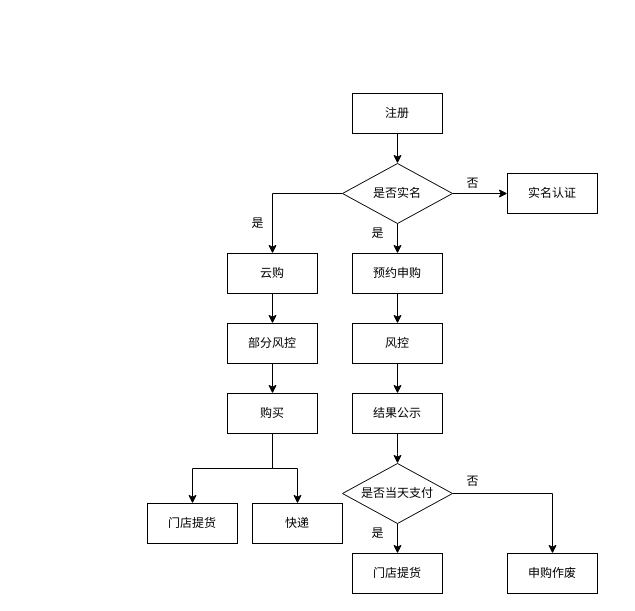
Above: mt业务流程.drawio in mineminemine123/work-wiki (draw.io), before the change. Source tidied: cells renumbered, new cells numbered last; positions are measured from the earlier drawing's top-left corner, leaving out a move shared by most shapes. Both pictures are drawn from the tidied source at 100%, with x=0, y=0 at pixel (147, 93).
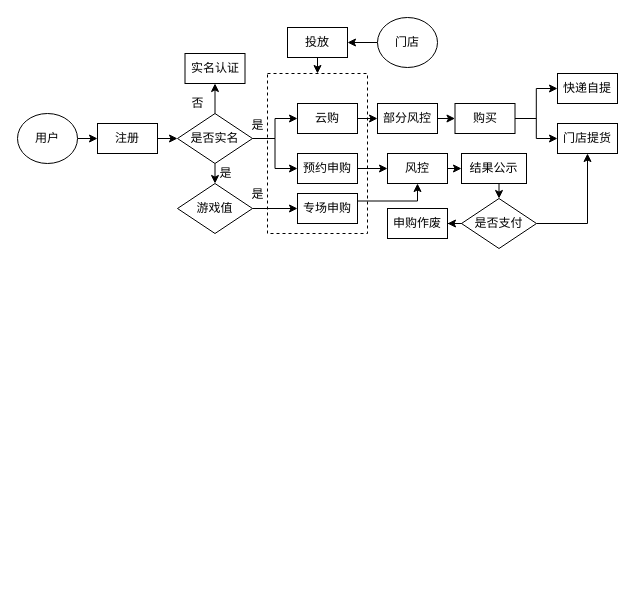
Above is the later version.

Commit message:
更新mt业务流程.drawio

Diff of the diagram source:
```diff
@@
-    <mxCell id="2" style="edgeStyle=orthogonalEdgeStyle;rounded=0;orthogonalLoop=1;jettySize=auto;html=1;" parent="1" edge="1">
-      <mxGeometry relative="1" as="geometry">
-        <mxPoint x="250" y="40" as="sourcePoint" />
-        <mxPoint x="250" y="70" as="targetPoint" />
-      </mxGeometry>
-    </mxCell>
-    <mxCell id="3" style="edgeStyle=orthogonalEdgeStyle;rounded=0;orthogonalLoop=1;jettySize=auto;html=1;" parent="1" edge="1">
-      <mxGeometry relative="1" as="geometry">
-        <mxPoint x="250" y="130" as="sourcePoint" />
-        <mxPoint x="250" y="160" as="targetPoint" />
-      </mxGeometry>
-    </mxCell>
+    <mxCell id="34" style="rounded=0;whiteSpace=wrap;html=1;dashed=1;" parent="1" vertex="1">
+      <mxGeometry x="120" y="-20" width="100" height="160" as="geometry" />
+    </mxCell>
+    <mxCell id="35" style="edgeStyle=orthogonalEdgeStyle;rounded=0;jettySize=auto;html=1;exitX=1;exitY=0.5;exitDx=0;exitDy=0;entryX=0;entryY=0.5;entryDx=0;entryDy=0;" parent="1" edge="1" source="4" target="17">
+      <mxGeometry relative="1" as="geometry" />
+    </mxCell>
     <mxCell id="4" value="注册" style="rounded=0;whiteSpace=wrap;html=1;" parent="1" vertex="1">
-      <mxGeometry x="205" width="90" height="40" as="geometry" />
+      <mxGeometry x="-50" y="30" width="60" height="30" as="geometry" />
     </mxCell>
-    <mxCell id="5" value="实名认证" style="rounded=0;whiteSpace=wrap;html=1;" parent="1" vertex="1">
-      <mxGeometry x="360" y="80" width="90" height="40" as="geometry" />
-    </mxCell>
+    <mxCell id="15" style="edgeStyle=orthogonalEdgeStyle;rounded=0;jettySize=auto;html=1;exitX=0.5;exitY=0;exitDx=0;exitDy=0;entryX=0.5;entryY=1;entryDx=0;entryDy=0;" parent="1" edge="1" source="17" target="5">
+      <mxGeometry relative="1" as="geometry" />
+    </mxCell>
+    <mxCell id="36" style="edgeStyle=orthogonalEdgeStyle;rounded=0;jettySize=auto;html=1;exitX=1;exitY=0.5;exitDx=0;exitDy=0;entryX=0;entryY=0.5;entryDx=0;entryDy=0;" parent="1" edge="1" source="17" target="7">
+      <mxGeometry relative="1" as="geometry" />
+    </mxCell>
+    <mxCell id="16" style="edgeStyle=orthogonalEdgeStyle;rounded=0;jettySize=auto;html=1;entryX=0;entryY=0.5;entryDx=0;entryDy=0;" parent="1" edge="1" source="17" target="25">
+      <mxGeometry relative="1" as="geometry" />
+    </mxCell>
+    <mxCell id="37" style="edgeStyle=orthogonalEdgeStyle;rounded=0;jettySize=auto;html=1;exitX=0.5;exitY=1;exitDx=0;exitDy=0;entryX=0.5;entryY=0;entryDx=0;entryDy=0;" parent="1" edge="1" source="17" target="51">
+      <mxGeometry relative="1" as="geometry" />
+    </mxCell>
+    <mxCell id="17" value="是否实名" style="rhombus;whiteSpace=wrap;html=1;" parent="1" vertex="1">
+      <mxGeometry x="30" y="20" width="75" height="50" as="geometry" />
+    </mxCell>
+    <mxCell id="21" value="否" style="text;html=1;align=center;verticalAlign=middle;" parent="1" vertex="1">
+      <mxGeometry x="30" width="40" height="20" as="geometry" />
+    </mxCell>
+    <mxCell id="26" value="是" style="text;html=1;align=center;verticalAlign=middle;" parent="1" vertex="1">
+      <mxGeometry x="90" y="22" width="40" height="20" as="geometry" />
+    </mxCell>
-    <mxCell id="6" style="edgeStyle=orthogonalEdgeStyle;rounded=0;jettySize=auto;html=1;" parent="1" edge="1" source="7" target="9">
+    <mxCell id="6" style="edgeStyle=orthogonalEdgeStyle;rounded=0;jettySize=auto;html=1;exitX=1;exitY=0.5;exitDx=0;exitDy=0;entryX=0;entryY=0.5;entryDx=0;entryDy=0;" parent="1" edge="1" source="7" target="9">
       <mxGeometry relative="1" as="geometry" />
     </mxCell>
     <mxCell id="7" value="预约申购" style="rounded=0;whiteSpace=wrap;html=1;" parent="1" vertex="1">
-      <mxGeometry x="205" y="160" width="90" height="40" as="geometry" />
+      <mxGeometry x="150" y="60" width="60" height="30" as="geometry" />
     </mxCell>
+    <mxCell id="24" style="edgeStyle=orthogonalEdgeStyle;rounded=0;jettySize=auto;html=1;exitX=1;exitY=0.5;exitDx=0;exitDy=0;entryX=0;entryY=0.5;entryDx=0;entryDy=0;" parent="1" edge="1" source="25" target="28">
+      <mxGeometry relative="1" as="geometry" />
+    </mxCell>
+    <mxCell id="25" value="云购" style="rounded=0;whiteSpace=wrap;html=1;" parent="1" vertex="1">
+      <mxGeometry x="150" y="10" width="60" height="30" as="geometry" />
+    </mxCell>
-    <mxCell id="8" style="edgeStyle=orthogonalEdgeStyle;rounded=0;jettySize=auto;html=1;" parent="1" edge="1" source="9" target="11">
+    <mxCell id="8" style="edgeStyle=orthogonalEdgeStyle;rounded=0;jettySize=auto;html=1;exitX=1;exitY=0.5;exitDx=0;exitDy=0;entryX=0;entryY=0.5;entryDx=0;entryDy=0;" parent="1" edge="1" source="9" target="11">
       <mxGeometry relative="1" as="geometry" />
     </mxCell>
     <mxCell id="9" value="风控" style="rounded=0;whiteSpace=wrap;html=1;" parent="1" vertex="1">
-      <mxGeometry x="205" y="230" width="90" height="40" as="geometry" />
+      <mxGeometry x="240" y="60" width="60" height="30" as="geometry" />
     </mxCell>
-    <mxCell id="10" style="edgeStyle=orthogonalEdgeStyle;rounded=0;jettySize=auto;html=1;" parent="1" edge="1" source="11">
-      <mxGeometry relative="1" as="geometry">
-        <mxPoint x="250" y="370" as="targetPoint" />
-      </mxGeometry>
-    </mxCell>
+    <mxCell id="38" style="edgeStyle=orthogonalEdgeStyle;rounded=0;jettySize=auto;html=1;exitX=0.5;exitY=1;exitDx=0;exitDy=0;entryX=0.5;entryY=0;entryDx=0;entryDy=0;" parent="1" edge="1" source="11" target="45">
+      <mxGeometry relative="1" as="geometry" />
+    </mxCell>
     <mxCell id="11" value="结果公示" style="rounded=0;whiteSpace=wrap;html=1;" parent="1" vertex="1">
-      <mxGeometry x="205" y="300" width="90" height="40" as="geometry" />
+      <mxGeometry x="314" y="60" width="65" height="30" as="geometry" />
     </mxCell>
-    <mxCell id="12" style="edgeStyle=orthogonalEdgeStyle;rounded=0;jettySize=auto;html=1;exitX=0.5;exitY=1;exitDx=0;exitDy=0;entryX=0.5;entryY=0;entryDx=0;entryDy=0;" parent="1" edge="1" source="14" target="18">
-      <mxGeometry relative="1" as="geometry" />
-    </mxCell>
-    <mxCell id="13" style="edgeStyle=orthogonalEdgeStyle;rounded=0;jettySize=auto;html=1;exitX=1;exitY=0.5;exitDx=0;exitDy=0;" parent="1" edge="1" source="14" target="19">
-      <mxGeometry relative="1" as="geometry" />
-    </mxCell>
-    <mxCell id="14" value="是否当天支付" style="rhombus;whiteSpace=wrap;html=1;" parent="1" vertex="1">
-      <mxGeometry x="195" y="370" width="110" height="60" as="geometry" />
-    </mxCell>
-    <mxCell id="15" style="edgeStyle=orthogonalEdgeStyle;rounded=0;jettySize=auto;html=1;exitX=1;exitY=0.5;exitDx=0;exitDy=0;entryX=0;entryY=0.5;entryDx=0;entryDy=0;" parent="1" edge="1" source="17" target="5">
-      <mxGeometry relative="1" as="geometry" />
-    </mxCell>
-    <mxCell id="16" style="edgeStyle=orthogonalEdgeStyle;rounded=0;jettySize=auto;html=1;entryX=0.5;entryY=0;entryDx=0;entryDy=0;" parent="1" edge="1" source="17" target="25">
-      <mxGeometry relative="1" as="geometry" />
-    </mxCell>
-    <mxCell id="17" value="是否实名" style="rhombus;whiteSpace=wrap;html=1;" parent="1" vertex="1">
-      <mxGeometry x="195" y="70" width="110" height="60" as="geometry" />
-    </mxCell>
-    <mxCell id="18" value="门店提货" style="rounded=0;whiteSpace=wrap;html=1;" parent="1" vertex="1">
-      <mxGeometry x="205" y="460" width="90" height="40" as="geometry" />
-    </mxCell>
-    <mxCell id="19" value="申购作废" style="rounded=0;whiteSpace=wrap;html=1;" parent="1" vertex="1">
-      <mxGeometry x="360" y="460" width="90" height="40" as="geometry" />
-    </mxCell>
-    <mxCell id="20" value="是" style="text;html=1;align=center;verticalAlign=middle;" parent="1" vertex="1">
-      <mxGeometry x="210" y="130" width="40" height="20" as="geometry" />
-    </mxCell>
-    <mxCell id="21" value="否" style="text;html=1;align=center;verticalAlign=middle;" parent="1" vertex="1">
-      <mxGeometry x="305" y="80" width="40" height="20" as="geometry" />
-    </mxCell>
-    <mxCell id="22" value="否" style="text;html=1;align=center;verticalAlign=middle;" parent="1" vertex="1">
-      <mxGeometry x="305" y="378" width="40" height="20" as="geometry" />
-    </mxCell>
-    <mxCell id="23" value="是" style="text;html=1;align=center;verticalAlign=middle;" parent="1" vertex="1">
-      <mxGeometry x="210" y="430" width="40" height="20" as="geometry" />
-    </mxCell>
-    <mxCell id="24" style="edgeStyle=orthogonalEdgeStyle;rounded=0;jettySize=auto;html=1;exitX=0.5;exitY=1;exitDx=0;exitDy=0;" parent="1" edge="1" source="25" target="28">
-      <mxGeometry relative="1" as="geometry" />
-    </mxCell>
-    <mxCell id="25" value="云购" style="rounded=0;whiteSpace=wrap;html=1;" parent="1" vertex="1">
-      <mxGeometry x="80" y="160" width="90" height="40" as="geometry" />
-    </mxCell>
-    <mxCell id="26" value="是" style="text;html=1;align=center;verticalAlign=middle;" parent="1" vertex="1">
-      <mxGeometry x="90" y="120" width="40" height="20" as="geometry" />
-    </mxCell>
+    <mxCell id="5" value="实名认证" style="rounded=0;whiteSpace=wrap;html=1;" parent="1" vertex="1">
+      <mxGeometry x="37.5" y="-40" width="60" height="30" as="geometry" />
+    </mxCell>
-    <mxCell id="27" style="edgeStyle=orthogonalEdgeStyle;rounded=0;jettySize=auto;html=1;exitX=0.5;exitY=1;exitDx=0;exitDy=0;" parent="1" edge="1" source="28" target="31">
+    <mxCell id="27" style="edgeStyle=orthogonalEdgeStyle;rounded=0;jettySize=auto;html=1;exitX=1;exitY=0.5;exitDx=0;exitDy=0;entryX=0;entryY=0.5;entryDx=0;entryDy=0;" parent="1" edge="1" source="28" target="31">
       <mxGeometry relative="1" as="geometry" />
     </mxCell>
     <mxCell id="28" value="部分风控" style="rounded=0;whiteSpace=wrap;html=1;" parent="1" vertex="1">
-      <mxGeometry x="80" y="230" width="90" height="40" as="geometry" />
+      <mxGeometry x="230" y="10" width="60" height="30" as="geometry" />
     </mxCell>
-    <mxCell id="29" style="edgeStyle=orthogonalEdgeStyle;rounded=0;jettySize=auto;html=1;exitX=0.5;exitY=1;exitDx=0;exitDy=0;" parent="1" edge="1" source="31" target="32">
-      <mxGeometry relative="1" as="geometry" />
-    </mxCell>
-    <mxCell id="30" style="edgeStyle=orthogonalEdgeStyle;rounded=0;jettySize=auto;html=1;exitX=0.5;exitY=1;exitDx=0;exitDy=0;entryX=0.5;entryY=0;entryDx=0;entryDy=0;" parent="1" edge="1" source="31" target="33">
-      <mxGeometry relative="1" as="geometry" />
-    </mxCell>
+    <mxCell id="39" style="edgeStyle=orthogonalEdgeStyle;rounded=0;jettySize=auto;html=1;exitX=1;exitY=0.5;exitDx=0;exitDy=0;entryX=0;entryY=0.5;entryDx=0;entryDy=0;" parent="1" edge="1" source="31" target="41">
+      <mxGeometry relative="1" as="geometry" />
+    </mxCell>
+    <mxCell id="40" style="edgeStyle=orthogonalEdgeStyle;rounded=0;jettySize=auto;html=1;exitX=1;exitY=0.5;exitDx=0;exitDy=0;entryX=0;entryY=0.5;entryDx=0;entryDy=0;" parent="1" edge="1" source="31" target="42">
+      <mxGeometry relative="1" as="geometry" />
+    </mxCell>
     <mxCell id="31" value="购买" style="rounded=0;whiteSpace=wrap;html=1;" parent="1" vertex="1">
-      <mxGeometry x="80" y="300" width="90" height="40" as="geometry" />
+      <mxGeometry x="307.5" y="10" width="60" height="30" as="geometry" />
     </mxCell>
-    <mxCell id="32" value="门店提货" style="rounded=0;whiteSpace=wrap;html=1;" parent="1" vertex="1">
-      <mxGeometry y="410" width="90" height="40" as="geometry" />
-    </mxCell>
-    <mxCell id="33" value="快递" style="rounded=0;whiteSpace=wrap;html=1;" parent="1" vertex="1">
-      <mxGeometry x="105" y="410" width="90" height="40" as="geometry" />
-    </mxCell>
+    <mxCell id="41" value="快递自提" style="rounded=0;whiteSpace=wrap;html=1;" parent="1" vertex="1">
+      <mxGeometry x="410" y="-20" width="60" height="30" as="geometry" />
+    </mxCell>
+    <mxCell id="42" value="门店提货" style="rounded=0;whiteSpace=wrap;html=1;" parent="1" vertex="1">
+      <mxGeometry x="410" y="30" width="60" height="30" as="geometry" />
+    </mxCell>
+    <mxCell id="43" style="edgeStyle=orthogonalEdgeStyle;rounded=0;jettySize=auto;html=1;entryX=0.5;entryY=1;entryDx=0;entryDy=0;" parent="1" edge="1" source="45" target="42">
+      <mxGeometry relative="1" as="geometry" />
+    </mxCell>
+    <mxCell id="44" style="edgeStyle=orthogonalEdgeStyle;rounded=0;jettySize=auto;html=1;exitX=0;exitY=0.5;exitDx=0;exitDy=0;" parent="1" edge="1" source="45" target="19">
+      <mxGeometry relative="1" as="geometry" />
+    </mxCell>
+    <mxCell id="45" value="是否支付" style="rhombus;whiteSpace=wrap;html=1;" parent="1" vertex="1">
+      <mxGeometry x="314" y="105" width="75" height="50" as="geometry" />
+    </mxCell>
+    <mxCell id="19" value="申购作废" style="rounded=0;whiteSpace=wrap;html=1;" parent="1" vertex="1">
+      <mxGeometry x="240" y="115" width="60" height="30" as="geometry" />
+    </mxCell>
+    <mxCell id="46" style="edgeStyle=orthogonalEdgeStyle;rounded=0;jettySize=auto;html=1;exitX=1;exitY=0.25;exitDx=0;exitDy=0;entryX=0.5;entryY=1;entryDx=0;entryDy=0;" parent="1" edge="1" source="47" target="9">
+      <mxGeometry relative="1" as="geometry">
+        <Array as="points">
+          <mxPoint x="270" y="108" />
+        </Array>
+      </mxGeometry>
+    </mxCell>
+    <mxCell id="47" value="专场申购" style="rounded=0;whiteSpace=wrap;html=1;" parent="1" vertex="1">
+      <mxGeometry x="150" y="100" width="60" height="30" as="geometry" />
+    </mxCell>
+    <mxCell id="48" style="edgeStyle=orthogonalEdgeStyle;rounded=0;jettySize=auto;html=1;exitX=1;exitY=0.5;exitDx=0;exitDy=0;entryX=0;entryY=0.5;entryDx=0;entryDy=0;" parent="1" edge="1" source="49" target="4">
+      <mxGeometry relative="1" as="geometry" />
+    </mxCell>
+    <mxCell id="49" value="用户" style="ellipse;whiteSpace=wrap;html=1;" parent="1" vertex="1">
+      <mxGeometry x="-130" y="20" width="60" height="50" as="geometry" />
+    </mxCell>
+    <mxCell id="50" style="edgeStyle=orthogonalEdgeStyle;rounded=0;jettySize=auto;html=1;exitX=1;exitY=0.5;exitDx=0;exitDy=0;entryX=0;entryY=0.5;entryDx=0;entryDy=0;" parent="1" edge="1" source="51" target="47">
+      <mxGeometry relative="1" as="geometry" />
+    </mxCell>
+    <mxCell id="51" value="游戏值" style="rhombus;whiteSpace=wrap;html=1;" parent="1" vertex="1">
+      <mxGeometry x="30" y="90" width="75" height="50" as="geometry" />
+    </mxCell>
+    <mxCell id="52" style="edgeStyle=orthogonalEdgeStyle;rounded=0;jettySize=auto;html=1;exitX=0.5;exitY=1;exitDx=0;exitDy=0;entryX=0.5;entryY=0;entryDx=0;entryDy=0;" parent="1" edge="1" source="53" target="34">
+      <mxGeometry relative="1" as="geometry" />
+    </mxCell>
+    <mxCell id="53" value="投放" style="rounded=0;whiteSpace=wrap;html=1;" parent="1" vertex="1">
+      <mxGeometry x="140" y="-66" width="60" height="30" as="geometry" />
+    </mxCell>
+    <mxCell id="54" value="是" style="text;html=1;align=center;verticalAlign=middle;" parent="1" vertex="1">
+      <mxGeometry x="90" y="91" width="40" height="20" as="geometry" />
+    </mxCell>
+    <mxCell id="55" value="是" style="text;html=1;align=center;verticalAlign=middle;" parent="1" vertex="1">
+      <mxGeometry x="57.5" y="70" width="40" height="20" as="geometry" />
+    </mxCell>
+    <mxCell id="56" style="edgeStyle=orthogonalEdgeStyle;rounded=0;jettySize=auto;html=1;exitX=0;exitY=0.5;exitDx=0;exitDy=0;entryX=1;entryY=0.5;entryDx=0;entryDy=0;" parent="1" edge="1" source="57" target="53">
+      <mxGeometry relative="1" as="geometry" />
+    </mxCell>
+    <mxCell id="57" value="门店" style="ellipse;whiteSpace=wrap;html=1;" parent="1" vertex="1">
+      <mxGeometry x="230" y="-76" width="60" height="50" as="geometry" />
+    </mxCell>
```
